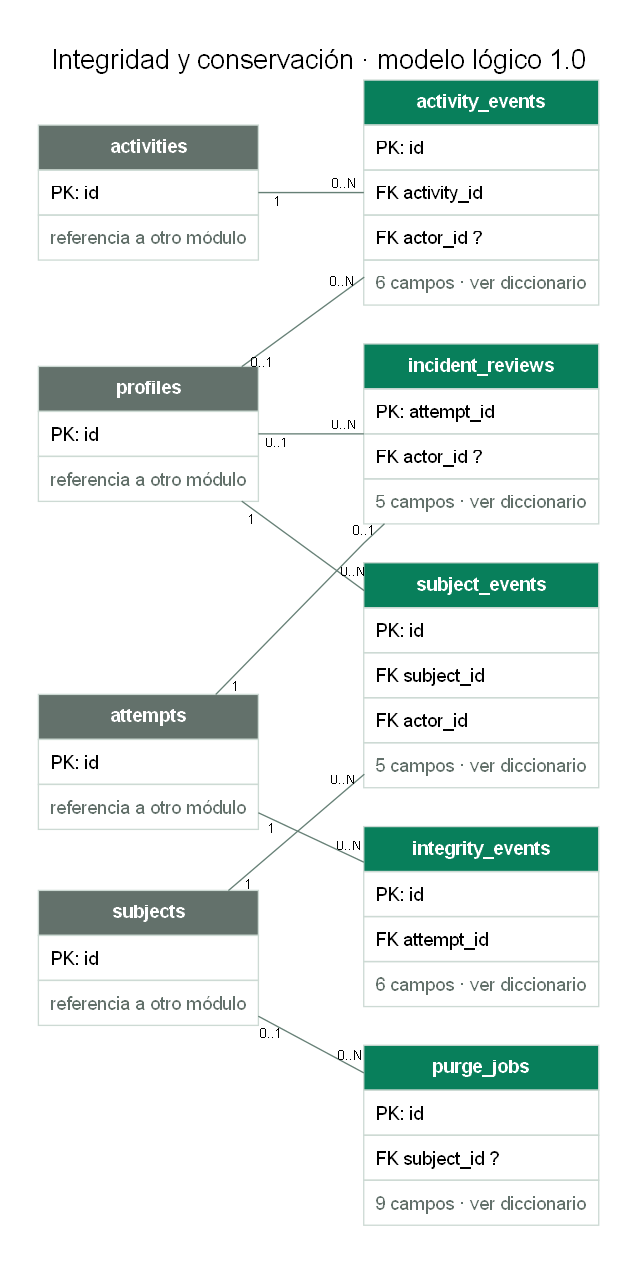
The Graphviz diagram docs/modelado/diagramas/06-operacion.png in CubeFreaKLab/aulify, before a commit. Its source is kept beside it as docs/modelado/diagramas/06-operacion.dot. Its diagram source:
```dot
digraph modelo {
graph [rankdir=LR, bgcolor="#ffffff", pad=0.4, nodesep=0.4, ranksep=1.1, splines=polyline, fontname="Arial", fontsize=20, labelloc=t, label="Integridad y conservación · modelo lógico 1.0"];
node [shape=plain, fontname="Arial"];
edge [fontname="Arial", fontsize=10, color="#668076", arrowsize=0.6];
"activities" [label=<<TABLE BORDER="0" CELLBORDER="1" CELLSPACING="0" CELLPADDING="8" COLOR="#CDDAD4"><TR><TD BGCOLOR="#63716B"><FONT COLOR="white"><B>activities</B></FONT></TD></TR><TR><TD ALIGN="LEFT">PK: id</TD></TR><TR><TD><FONT COLOR="#63716B">referencia a otro módulo</FONT></TD></TR></TABLE>>];
"activity_events" [label=<<TABLE BORDER="0" CELLBORDER="1" CELLSPACING="0" CELLPADDING="8" COLOR="#CDDAD4"><TR><TD BGCOLOR="#087F5B"><FONT COLOR="white"><B>activity_events</B></FONT></TD></TR><TR><TD ALIGN="LEFT">PK: id</TD></TR><TR><TD ALIGN="LEFT">FK activity_id</TD></TR><TR><TD ALIGN="LEFT">FK actor_id ?</TD></TR><TR><TD ALIGN="LEFT"><FONT COLOR="#63716B">6 campos · ver diccionario</FONT></TD></TR></TABLE>>];
"attempts" [label=<<TABLE BORDER="0" CELLBORDER="1" CELLSPACING="0" CELLPADDING="8" COLOR="#CDDAD4"><TR><TD BGCOLOR="#63716B"><FONT COLOR="white"><B>attempts</B></FONT></TD></TR><TR><TD ALIGN="LEFT">PK: id</TD></TR><TR><TD><FONT COLOR="#63716B">referencia a otro módulo</FONT></TD></TR></TABLE>>];
"incident_reviews" [label=<<TABLE BORDER="0" CELLBORDER="1" CELLSPACING="0" CELLPADDING="8" COLOR="#CDDAD4"><TR><TD BGCOLOR="#087F5B"><FONT COLOR="white"><B>incident_reviews</B></FONT></TD></TR><TR><TD ALIGN="LEFT">PK: attempt_id</TD></TR><TR><TD ALIGN="LEFT">FK actor_id ?</TD></TR><TR><TD ALIGN="LEFT"><FONT COLOR="#63716B">5 campos · ver diccionario</FONT></TD></TR></TABLE>>];
"integrity_events" [label=<<TABLE BORDER="0" CELLBORDER="1" CELLSPACING="0" CELLPADDING="8" COLOR="#CDDAD4"><TR><TD BGCOLOR="#087F5B"><FONT COLOR="white"><B>integrity_events</B></FONT></TD></TR><TR><TD ALIGN="LEFT">PK: id</TD></TR><TR><TD ALIGN="LEFT">FK attempt_id</TD></TR><TR><TD ALIGN="LEFT"><FONT COLOR="#63716B">6 campos · ver diccionario</FONT></TD></TR></TABLE>>];
"profiles" [label=<<TABLE BORDER="0" CELLBORDER="1" CELLSPACING="0" CELLPADDING="8" COLOR="#CDDAD4"><TR><TD BGCOLOR="#63716B"><FONT COLOR="white"><B>profiles</B></FONT></TD></TR><TR><TD ALIGN="LEFT">PK: id</TD></TR><TR><TD><FONT COLOR="#63716B">referencia a otro módulo</FONT></TD></TR></TABLE>>];
"purge_jobs" [label=<<TABLE BORDER="0" CELLBORDER="1" CELLSPACING="0" CELLPADDING="8" COLOR="#CDDAD4"><TR><TD BGCOLOR="#087F5B"><FONT COLOR="white"><B>purge_jobs</B></FONT></TD></TR><TR><TD ALIGN="LEFT">PK: id</TD></TR><TR><TD ALIGN="LEFT">FK subject_id ?</TD></TR><TR><TD ALIGN="LEFT"><FONT COLOR="#63716B">9 campos · ver diccionario</FONT></TD></TR></TABLE>>];
"subject_events" [label=<<TABLE BORDER="0" CELLBORDER="1" CELLSPACING="0" CELLPADDING="8" COLOR="#CDDAD4"><TR><TD BGCOLOR="#087F5B"><FONT COLOR="white"><B>subject_events</B></FONT></TD></TR><TR><TD ALIGN="LEFT">PK: id</TD></TR><TR><TD ALIGN="LEFT">FK subject_id</TD></TR><TR><TD ALIGN="LEFT">FK actor_id</TD></TR><TR><TD ALIGN="LEFT"><FONT COLOR="#63716B">5 campos · ver diccionario</FONT></TD></TR></TABLE>>];
"subjects" [label=<<TABLE BORDER="0" CELLBORDER="1" CELLSPACING="0" CELLPADDING="8" COLOR="#CDDAD4"><TR><TD BGCOLOR="#63716B"><FONT COLOR="white"><B>subjects</B></FONT></TD></TR><TR><TD ALIGN="LEFT">PK: id</TD></TR><TR><TD><FONT COLOR="#63716B">referencia a otro módulo</FONT></TD></TR></TABLE>>];
"attempts" -> "integrity_events" [dir=none, taillabel="1", headlabel="0..N", labeldistance=1.6];
"attempts" -> "incident_reviews" [dir=none, taillabel="1", headlabel="0..1", labeldistance=1.6];
"profiles" -> "incident_reviews" [dir=none, taillabel="0..1", headlabel="0..N", labeldistance=1.6];
"activities" -> "activity_events" [dir=none, taillabel="1", headlabel="0..N", labeldistance=1.6];
"profiles" -> "activity_events" [dir=none, taillabel="0..1", headlabel="0..N", labeldistance=1.6];
"subjects" -> "subject_events" [dir=none, taillabel="1", headlabel="0..N", labeldistance=1.6];
"profiles" -> "subject_events" [dir=none, taillabel="1", headlabel="0..N", labeldistance=1.6];
"subjects" -> "purge_jobs" [dir=none, taillabel="0..1", headlabel="0..N", labeldistance=1.6];
}
```
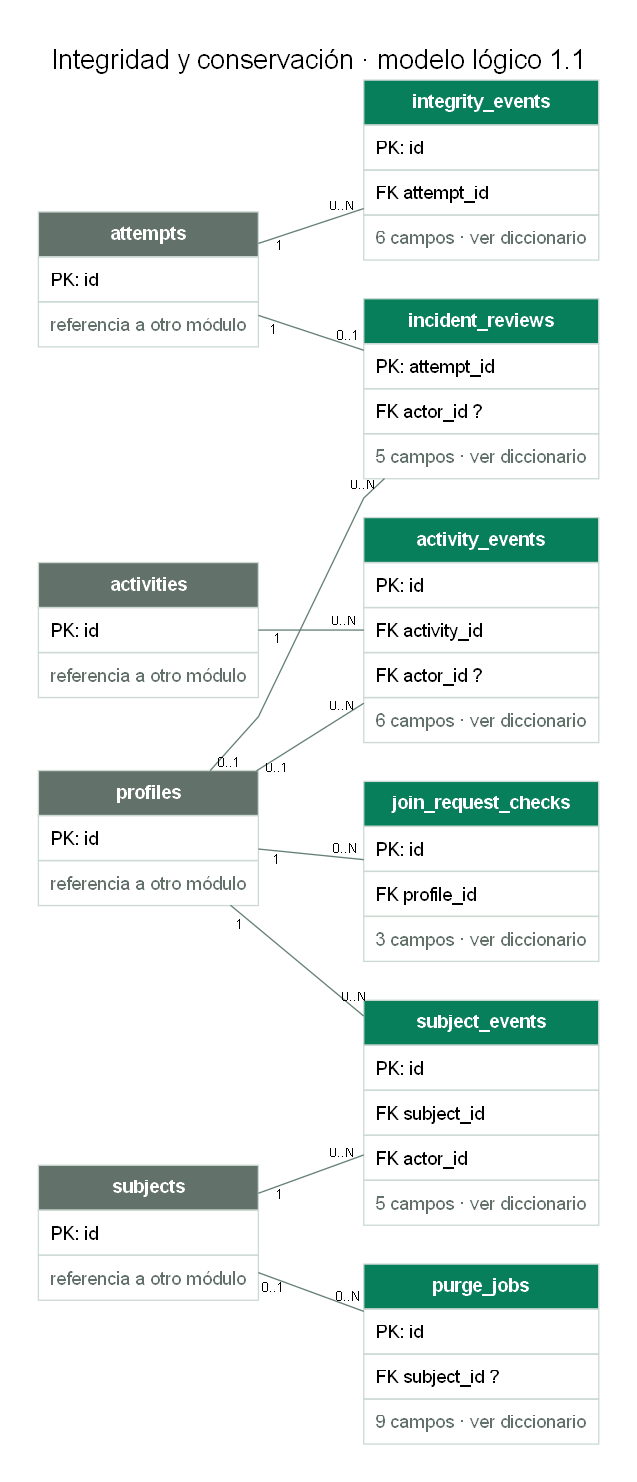
The same diagram one commit later.

What changed in the source:
```diff
@@ -1,5 +1,5 @@
 digraph modelo {
-graph [rankdir=LR, bgcolor="#ffffff", pad=0.4, nodesep=0.4, ranksep=1.1, splines=polyline, fontname="Arial", fontsize=20, labelloc=t, label="Integridad y conservación · modelo lógico 1.0"];
+graph [rankdir=LR, bgcolor="#ffffff", pad=0.4, nodesep=0.4, ranksep=1.1, splines=polyline, fontname="Arial", fontsize=20, labelloc=t, label="Integridad y conservación · modelo lógico 1.1"];
 node [shape=plain, fontname="Arial"];
 edge [fontname="Arial", fontsize=10, color="#668076", arrowsize=0.6];
 "activities" [label=<<TABLE BORDER="0" CELLBORDER="1" CELLSPACING="0" CELLPADDING="8" COLOR="#CDDAD4"><TR><TD BGCOLOR="#63716B"><FONT COLOR="white"><B>activities</B></FONT></TD></TR><TR><TD ALIGN="LEFT">PK: id</TD></TR><TR><TD><FONT COLOR="#63716B">referencia a otro módulo</FONT></TD></TR></TABLE>>];
@@ -7,6 +7,7 @@
 "attempts" [label=<<TABLE BORDER="0" CELLBORDER="1" CELLSPACING="0" CELLPADDING="8" COLOR="#CDDAD4"><TR><TD BGCOLOR="#63716B"><FONT COLOR="white"><B>attempts</B></FONT></TD></TR><TR><TD ALIGN="LEFT">PK: id</TD></TR><TR><TD><FONT COLOR="#63716B">referencia a otro módulo</FONT></TD></TR></TABLE>>];
 "incident_reviews" [label=<<TABLE BORDER="0" CELLBORDER="1" CELLSPACING="0" CELLPADDING="8" COLOR="#CDDAD4"><TR><TD BGCOLOR="#087F5B"><FONT COLOR="white"><B>incident_reviews</B></FONT></TD></TR><TR><TD ALIGN="LEFT">PK: attempt_id</TD></TR><TR><TD ALIGN="LEFT">FK actor_id ?</TD></TR><TR><TD ALIGN="LEFT"><FONT COLOR="#63716B">5 campos · ver diccionario</FONT></TD></TR></TABLE>>];
 "integrity_events" [label=<<TABLE BORDER="0" CELLBORDER="1" CELLSPACING="0" CELLPADDING="8" COLOR="#CDDAD4"><TR><TD BGCOLOR="#087F5B"><FONT COLOR="white"><B>integrity_events</B></FONT></TD></TR><TR><TD ALIGN="LEFT">PK: id</TD></TR><TR><TD ALIGN="LEFT">FK attempt_id</TD></TR><TR><TD ALIGN="LEFT"><FONT COLOR="#63716B">6 campos · ver diccionario</FONT></TD></TR></TABLE>>];
+"join_request_checks" [label=<<TABLE BORDER="0" CELLBORDER="1" CELLSPACING="0" CELLPADDING="8" COLOR="#CDDAD4"><TR><TD BGCOLOR="#087F5B"><FONT COLOR="white"><B>join_request_checks</B></FONT></TD></TR><TR><TD ALIGN="LEFT">PK: id</TD></TR><TR><TD ALIGN="LEFT">FK profile_id</TD></TR><TR><TD ALIGN="LEFT"><FONT COLOR="#63716B">3 campos · ver diccionario</FONT></TD></TR></TABLE>>];
 "profiles" [label=<<TABLE BORDER="0" CELLBORDER="1" CELLSPACING="0" CELLPADDING="8" COLOR="#CDDAD4"><TR><TD BGCOLOR="#63716B"><FONT COLOR="white"><B>profiles</B></FONT></TD></TR><TR><TD ALIGN="LEFT">PK: id</TD></TR><TR><TD><FONT COLOR="#63716B">referencia a otro módulo</FONT></TD></TR></TABLE>>];
 "purge_jobs" [label=<<TABLE BORDER="0" CELLBORDER="1" CELLSPACING="0" CELLPADDING="8" COLOR="#CDDAD4"><TR><TD BGCOLOR="#087F5B"><FONT COLOR="white"><B>purge_jobs</B></FONT></TD></TR><TR><TD ALIGN="LEFT">PK: id</TD></TR><TR><TD ALIGN="LEFT">FK subject_id ?</TD></TR><TR><TD ALIGN="LEFT"><FONT COLOR="#63716B">9 campos · ver diccionario</FONT></TD></TR></TABLE>>];
 "subject_events" [label=<<TABLE BORDER="0" CELLBORDER="1" CELLSPACING="0" CELLPADDING="8" COLOR="#CDDAD4"><TR><TD BGCOLOR="#087F5B"><FONT COLOR="white"><B>subject_events</B></FONT></TD></TR><TR><TD ALIGN="LEFT">PK: id</TD></TR><TR><TD ALIGN="LEFT">FK subject_id</TD></TR><TR><TD ALIGN="LEFT">FK actor_id</TD></TR><TR><TD ALIGN="LEFT"><FONT COLOR="#63716B">5 campos · ver diccionario</FONT></TD></TR></TABLE>>];
@@ -19,4 +20,5 @@
 "subjects" -> "subject_events" [dir=none, taillabel="1", headlabel="0..N", labeldistance=1.6];
 "profiles" -> "subject_events" [dir=none, taillabel="1", headlabel="0..N", labeldistance=1.6];
 "subjects" -> "purge_jobs" [dir=none, taillabel="0..1", headlabel="0..N", labeldistance=1.6];
+"profiles" -> "join_request_checks" [dir=none, taillabel="1", headlabel="0..N", labeldistance=1.6];
 }
```
